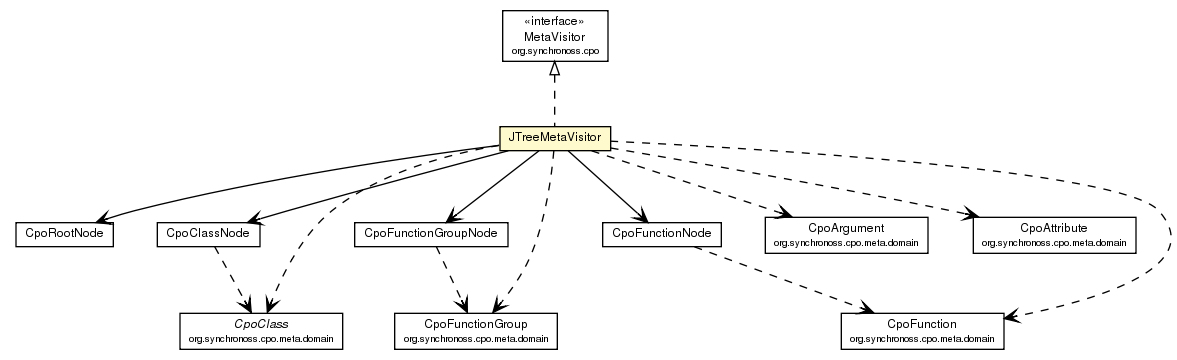
This is site/apidocs/org/synchronoss/cpo/util/JTreeMetaVisitor.png from synchronoss/cpo-util, a Graphviz export, as it was before one commit. Its source is kept beside it as site/apidocs/org/synchronoss/cpo/util/JTreeMetaVisitor.dot.
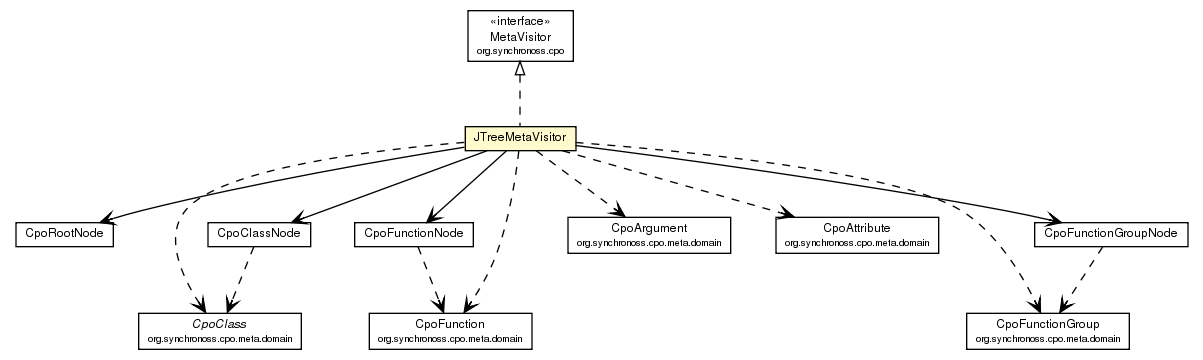
After the commit.

Change to the diagram source:
```diff
@@ -32,39 +32,39 @@
 	c1707:p -> c1723:p [taillabel="", label="", headlabel="", fontname="Helvetica", fontcolor="black", fontsize=10.0, color="black", arrowhead=open];
 	c1707:p -> c1728:p [taillabel="", label="", headlabel="", fontname="Helvetica", fontcolor="black", fontsize=10.0, color="black", arrowhead=open];
 	c1707:p -> c1721:p [taillabel="", label="", headlabel="", fontname="Helvetica", fontcolor="black", fontsize=10.0, color="black", arrowhead=open];
+	c1707:p -> c1765:p [taillabel="", label="", headlabel="", fontname="Helvetica", fontcolor="black", fontsize=10.0, color="black", arrowhead=open, style=dashed];
 	c1707:p -> c1766:p [taillabel="", label="", headlabel="", fontname="Helvetica", fontcolor="black", fontsize=10.0, color="black", arrowhead=open, style=dashed];
 	c1707:p -> c1767:p [taillabel="", label="", headlabel="", fontname="Helvetica", fontcolor="black", fontsize=10.0, color="black", arrowhead=open, style=dashed];
 	c1707:p -> c1768:p [taillabel="", label="", headlabel="", fontname="Helvetica", fontcolor="black", fontsize=10.0, color="black", arrowhead=open, style=dashed];
-	c1707:p -> c1769:p [taillabel="", label="", headlabel="", fontname="Helvetica", fontcolor="black", fontsize=10.0, color="black", arrowhead=open, style=dashed];
 	c1707:p -> c1770:p [taillabel="", label="", headlabel="", fontname="Helvetica", fontcolor="black", fontsize=10.0, color="black", arrowhead=open, style=dashed];
-	c1721:p -> c1770:p [taillabel="", label="", headlabel="", fontname="Helvetica", fontcolor="black", fontsize=10.0, color="black", arrowhead=open, style=dashed];
-	c1723:p -> c1767:p [taillabel="", label="", headlabel="", fontname="Helvetica", fontcolor="black", fontsize=10.0, color="black", arrowhead=open, style=dashed];
-	c1728:p -> c1766:p [taillabel="", label="", headlabel="", fontname="Helvetica", fontcolor="black", fontsize=10.0, color="black", arrowhead=open, style=dashed];
-	c1767 [label=<<table border="0" cellborder="1" cellspacing="0" cellpadding="2" port="p" href="http://java.sun.com/j2se/1.4.2/docs/api/org/synchronoss/cpo/meta/domain/CpoClass.html">
+	c1721:p -> c1768:p [taillabel="", label="", headlabel="", fontname="Helvetica", fontcolor="black", fontsize=10.0, color="black", arrowhead=open, style=dashed];
+	c1723:p -> c1765:p [taillabel="", label="", headlabel="", fontname="Helvetica", fontcolor="black", fontsize=10.0, color="black", arrowhead=open, style=dashed];
+	c1728:p -> c1770:p [taillabel="", label="", headlabel="", fontname="Helvetica", fontcolor="black", fontsize=10.0, color="black", arrowhead=open, style=dashed];
+	c1765 [label=<<table border="0" cellborder="1" cellspacing="0" cellpadding="2" port="p" href="http://java.sun.com/j2se/1.4.2/docs/api/org/synchronoss/cpo/meta/domain/CpoClass.html">
 		<tr><td><table border="0" cellspacing="0" cellpadding="1">
 			<tr><td><font face="Helvetica-Oblique"> CpoClass </font></td></tr>
 			<tr><td><font point-size="7.0"> org.synchronoss.cpo.meta.domain </font></td></tr>
 		</table></td></tr>
 		</table>>, fontname="Helvetica", fontcolor="black", fontsize=9.0];
-	c1768 [label=<<table border="0" cellborder="1" cellspacing="0" cellpadding="2" port="p" href="http://java.sun.com/j2se/1.4.2/docs/api/org/synchronoss/cpo/meta/domain/CpoArgument.html">
+	c1766 [label=<<table border="0" cellborder="1" cellspacing="0" cellpadding="2" port="p" href="http://java.sun.com/j2se/1.4.2/docs/api/org/synchronoss/cpo/meta/domain/CpoArgument.html">
 		<tr><td><table border="0" cellspacing="0" cellpadding="1">
 			<tr><td> CpoArgument </td></tr>
 			<tr><td><font point-size="7.0"> org.synchronoss.cpo.meta.domain </font></td></tr>
 		</table></td></tr>
 		</table>>, fontname="Helvetica", fontcolor="black", fontsize=9.0];
-	c1769 [label=<<table border="0" cellborder="1" cellspacing="0" cellpadding="2" port="p" href="http://java.sun.com/j2se/1.4.2/docs/api/org/synchronoss/cpo/meta/domain/CpoAttribute.html">
+	c1767 [label=<<table border="0" cellborder="1" cellspacing="0" cellpadding="2" port="p" href="http://java.sun.com/j2se/1.4.2/docs/api/org/synchronoss/cpo/meta/domain/CpoAttribute.html">
 		<tr><td><table border="0" cellspacing="0" cellpadding="1">
 			<tr><td> CpoAttribute </td></tr>
 			<tr><td><font point-size="7.0"> org.synchronoss.cpo.meta.domain </font></td></tr>
 		</table></td></tr>
 		</table>>, fontname="Helvetica", fontcolor="black", fontsize=9.0];
-	c1770 [label=<<table border="0" cellborder="1" cellspacing="0" cellpadding="2" port="p" href="http://java.sun.com/j2se/1.4.2/docs/api/org/synchronoss/cpo/meta/domain/CpoFunction.html">
+	c1768 [label=<<table border="0" cellborder="1" cellspacing="0" cellpadding="2" port="p" href="http://java.sun.com/j2se/1.4.2/docs/api/org/synchronoss/cpo/meta/domain/CpoFunction.html">
 		<tr><td><table border="0" cellspacing="0" cellpadding="1">
 			<tr><td> CpoFunction </td></tr>
 			<tr><td><font point-size="7.0"> org.synchronoss.cpo.meta.domain </font></td></tr>
 		</table></td></tr>
 		</table>>, fontname="Helvetica", fontcolor="black", fontsize=9.0];
-	c1766 [label=<<table border="0" cellborder="1" cellspacing="0" cellpadding="2" port="p" href="http://java.sun.com/j2se/1.4.2/docs/api/org/synchronoss/cpo/meta/domain/CpoFunctionGroup.html">
+	c1770 [label=<<table border="0" cellborder="1" cellspacing="0" cellpadding="2" port="p" href="http://java.sun.com/j2se/1.4.2/docs/api/org/synchronoss/cpo/meta/domain/CpoFunctionGroup.html">
 		<tr><td><table border="0" cellspacing="0" cellpadding="1">
 			<tr><td> CpoFunctionGroup </td></tr>
 			<tr><td><font point-size="7.0"> org.synchronoss.cpo.meta.domain </font></td></tr>
```
